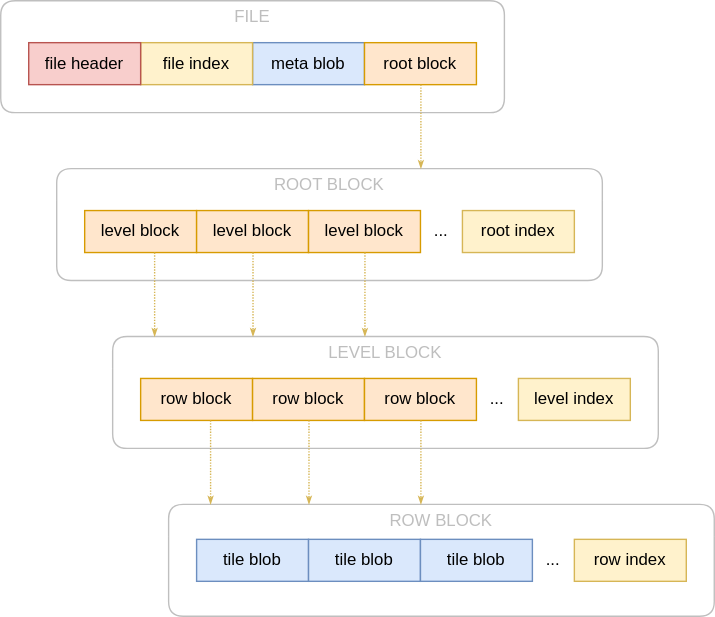
The draw.io diagram docs/file_format.svg in versatiles-org/versatiles-rs, before a commit. Source tidied: cells renumbered, new cells last; positions are measured from the earlier drawing's top-left corner, leaving out a move shared by most shapes. Its diagram source:
```xml
<mxGraphModel background="#FFFFFF">
  <root>
    <mxCell id="0" />
    <mxCell id="1" parent="0" />
    <mxCell id="2" value="FILE" style="swimlane;whiteSpace=wrap;html=1;fillColor=none;fontColor=#000000;strokeColor=#000000;swimlaneFillColor=none;swimlaneLine=0;fontStyle=0;rounded=1;opacity=25;textOpacity=25;" parent="1" vertex="1">
      <mxGeometry width="360" height="80" as="geometry" />
    </mxCell>
    <mxCell id="3" value="meta blob" style="rounded=0;whiteSpace=wrap;html=1;fillColor=#dae8fc;strokeColor=#6c8ebf;" parent="2" vertex="1">
      <mxGeometry x="180" y="30" width="80" height="30" as="geometry" />
    </mxCell>
    <mxCell id="4" value="root block" style="rounded=0;whiteSpace=wrap;html=1;fillColor=#ffe6cc;strokeColor=#d79b00;" parent="2" vertex="1">
      <mxGeometry x="260" y="30" width="80" height="30" as="geometry" />
    </mxCell>
    <mxCell id="5" value="file index" style="rounded=0;whiteSpace=wrap;html=1;fillColor=#fff2cc;strokeColor=#d6b656;" parent="2" vertex="1">
      <mxGeometry x="100" y="30" width="80" height="30" as="geometry" />
    </mxCell>
    <mxCell id="6" value="file header" style="rounded=0;whiteSpace=wrap;html=1;fillColor=#f8cecc;strokeColor=#b85450;fillOpacity=100;fontColor=default;" parent="2" vertex="1">
      <mxGeometry x="20" y="30" width="80" height="30" as="geometry" />
    </mxCell>
    <mxCell id="7" value="ROOT BLOCK" style="swimlane;whiteSpace=wrap;html=1;fillColor=none;fontColor=#000000;strokeColor=#000000;swimlaneFillColor=none;swimlaneHead=1;swimlaneBody=1;fontStyle=0;swimlaneLine=0;sketch=0;rounded=1;opacity=25;textOpacity=25;" parent="1" vertex="1">
      <mxGeometry x="40" y="120" width="390" height="80" as="geometry" />
    </mxCell>
    <mxCell id="8" value="root index" style="rounded=0;whiteSpace=wrap;html=1;fillColor=#fff2cc;strokeColor=#d6b656;" parent="7" vertex="1">
      <mxGeometry x="290" y="30" width="80" height="30" as="geometry" />
    </mxCell>
    <mxCell id="9" value="level block" style="rounded=0;whiteSpace=wrap;html=1;fillColor=#ffe6cc;strokeColor=#d79b00;" parent="7" vertex="1">
      <mxGeometry x="20" y="30" width="80" height="30" as="geometry" />
    </mxCell>
    <mxCell id="10" value="..." style="text;html=1;strokeColor=none;fillColor=none;align=center;verticalAlign=middle;whiteSpace=wrap;rounded=0;" parent="7" vertex="1">
      <mxGeometry x="260" y="30" width="30" height="30" as="geometry" />
    </mxCell>
    <mxCell id="11" value="level block" style="rounded=0;whiteSpace=wrap;html=1;fillColor=#ffe6cc;strokeColor=#d79b00;" parent="7" vertex="1">
      <mxGeometry x="100" y="30" width="80" height="30" as="geometry" />
    </mxCell>
    <mxCell id="12" value="level block" style="rounded=0;whiteSpace=wrap;html=1;fillColor=#ffe6cc;strokeColor=#d79b00;" parent="7" vertex="1">
      <mxGeometry x="180" y="30" width="80" height="30" as="geometry" />
    </mxCell>
    <mxCell id="13" value="LEVEL BLOCK" style="swimlane;whiteSpace=wrap;html=1;fillColor=none;fontColor=#000000;strokeColor=#000000;swimlaneFillColor=none;fontStyle=0;swimlaneLine=0;rounded=1;opacity=25;textOpacity=25;" parent="1" vertex="1">
      <mxGeometry x="80" y="240" width="390" height="80" as="geometry" />
    </mxCell>
    <mxCell id="14" value="level index" style="rounded=0;whiteSpace=wrap;html=1;fillColor=#fff2cc;strokeColor=#d6b656;" parent="13" vertex="1">
      <mxGeometry x="290" y="30" width="80" height="30" as="geometry" />
    </mxCell>
    <mxCell id="15" value="row block" style="rounded=0;whiteSpace=wrap;html=1;fillColor=#ffe6cc;strokeColor=#d79b00;" parent="13" vertex="1">
      <mxGeometry x="20" y="30" width="80" height="30" as="geometry" />
    </mxCell>
    <mxCell id="16" value="..." style="text;html=1;strokeColor=none;fillColor=none;align=center;verticalAlign=middle;whiteSpace=wrap;rounded=0;" parent="13" vertex="1">
      <mxGeometry x="260" y="30" width="30" height="30" as="geometry" />
    </mxCell>
    <mxCell id="17" value="row block" style="rounded=0;whiteSpace=wrap;html=1;fillColor=#ffe6cc;strokeColor=#d79b00;" parent="13" vertex="1">
      <mxGeometry x="100" y="30" width="80" height="30" as="geometry" />
    </mxCell>
    <mxCell id="18" value="row block" style="rounded=0;whiteSpace=wrap;html=1;fillColor=#ffe6cc;strokeColor=#d79b00;" parent="13" vertex="1">
      <mxGeometry x="180" y="30" width="80" height="30" as="geometry" />
    </mxCell>
    <mxCell id="19" value="ROW BLOCK" style="swimlane;whiteSpace=wrap;html=1;fillColor=none;fontColor=#000000;strokeColor=#000000;swimlaneFillColor=none;fontStyle=0;swimlaneLine=0;rounded=1;opacity=25;textOpacity=25;" parent="1" vertex="1">
      <mxGeometry x="120" y="360" width="390" height="80" as="geometry" />
    </mxCell>
    <mxCell id="20" value="row index" style="rounded=0;whiteSpace=wrap;html=1;fillColor=#fff2cc;strokeColor=#d6b656;" parent="19" vertex="1">
      <mxGeometry x="290" y="25" width="80" height="30" as="geometry" />
    </mxCell>
    <mxCell id="21" value="tile blob" style="rounded=0;whiteSpace=wrap;html=1;fillColor=#dae8fc;strokeColor=#6c8ebf;" parent="19" vertex="1">
      <mxGeometry x="20" y="25" width="80" height="30" as="geometry" />
    </mxCell>
    <mxCell id="22" value="..." style="text;html=1;strokeColor=none;fillColor=none;align=center;verticalAlign=middle;whiteSpace=wrap;rounded=0;" parent="19" vertex="1">
      <mxGeometry x="260" y="25" width="30" height="30" as="geometry" />
    </mxCell>
    <mxCell id="23" value="tile blob" style="rounded=0;whiteSpace=wrap;html=1;fillColor=#dae8fc;strokeColor=#6c8ebf;" parent="19" vertex="1">
      <mxGeometry x="100" y="25" width="80" height="30" as="geometry" />
    </mxCell>
    <mxCell id="24" value="tile blob" style="rounded=0;whiteSpace=wrap;html=1;fillColor=#dae8fc;strokeColor=#6c8ebf;" parent="19" vertex="1">
      <mxGeometry x="180" y="25" width="80" height="30" as="geometry" />
    </mxCell>
    <mxCell id="25" style="jettySize=auto;html=1;rounded=0;strokeColor=#d6b656;fillColor=#fff2cc;endArrow=classicThin;endFill=1;strokeWidth=1;endSize=3;startSize=3;sketch=0;edgeStyle=elbowEdgeStyle;dashed=1;dashPattern=1 1;" parent="1" edge="1" source="15" target="19">
      <mxGeometry relative="1" as="geometry" />
    </mxCell>
    <mxCell id="26" style="jettySize=auto;html=1;rounded=0;strokeColor=#d6b656;fillColor=#fff2cc;endArrow=classicThin;endFill=1;strokeWidth=1;endSize=3;startSize=3;sketch=0;edgeStyle=elbowEdgeStyle;dashed=1;dashPattern=1 1;" parent="1" edge="1" source="17" target="19">
      <mxGeometry relative="1" as="geometry" />
    </mxCell>
    <mxCell id="27" style="jettySize=auto;html=1;rounded=0;strokeColor=#d6b656;fillColor=#fff2cc;endArrow=classicThin;endFill=1;strokeWidth=1;endSize=3;startSize=3;sketch=0;edgeStyle=elbowEdgeStyle;dashed=1;dashPattern=1 1;" parent="1" edge="1" source="18" target="19">
      <mxGeometry relative="1" as="geometry" />
    </mxCell>
    <mxCell id="28" style="jettySize=auto;html=1;rounded=0;strokeColor=#d6b656;fillColor=#fff2cc;endArrow=classicThin;endFill=1;strokeWidth=1;endSize=3;startSize=3;sketch=0;edgeStyle=elbowEdgeStyle;dashed=1;dashPattern=1 1;" parent="1" edge="1" source="12" target="13">
      <mxGeometry relative="1" as="geometry" />
    </mxCell>
    <mxCell id="29" style="jettySize=auto;html=1;rounded=0;strokeColor=#d6b656;fillColor=#fff2cc;endArrow=classicThin;endFill=1;strokeWidth=1;sketch=0;edgeStyle=elbowEdgeStyle;endSize=3;startSize=3;dashed=1;dashPattern=1 1;" parent="1" edge="1" source="4" target="7">
      <mxGeometry relative="1" as="geometry" />
    </mxCell>
    <mxCell id="30" style="jettySize=auto;html=1;rounded=0;strokeColor=#d6b656;fillColor=#fff2cc;endArrow=classicThin;endFill=1;strokeWidth=1;endSize=3;startSize=3;sketch=0;edgeStyle=elbowEdgeStyle;dashed=1;dashPattern=1 1;" parent="1" edge="1" source="11" target="13">
      <mxGeometry relative="1" as="geometry" />
    </mxCell>
    <mxCell id="31" style="jettySize=auto;html=1;rounded=0;strokeColor=#d6b656;fillColor=#fff2cc;endArrow=classicThin;endFill=1;strokeWidth=1;endSize=3;startSize=3;sketch=0;edgeStyle=elbowEdgeStyle;dashed=1;dashPattern=1 1;" parent="1" edge="1" source="9" target="13">
      <mxGeometry relative="1" as="geometry" />
    </mxCell>
  </root>
</mxGraphModel>
```
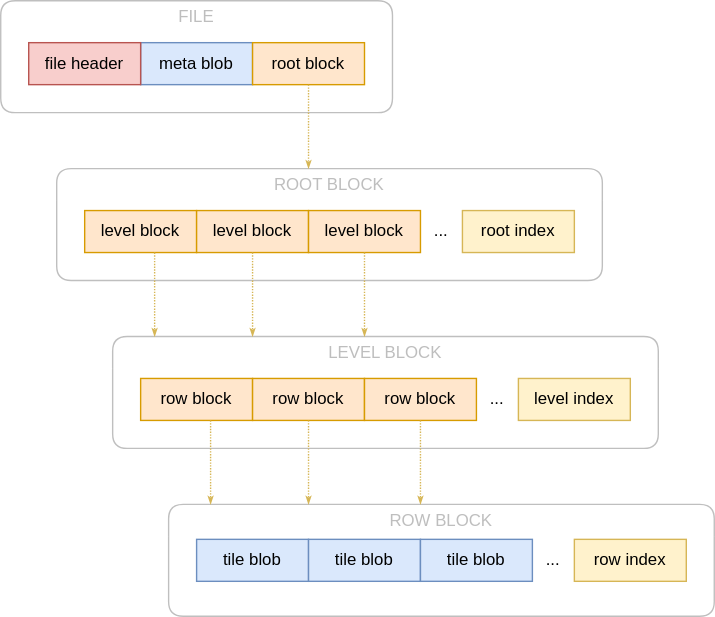
Later version of the same file.

Change to the diagram source:
```diff
@@ -3,17 +3,14 @@
     <mxCell id="0" />
     <mxCell id="1" parent="0" />
     <mxCell id="2" value="FILE" style="swimlane;whiteSpace=wrap;html=1;fillColor=none;fontColor=#000000;strokeColor=#000000;swimlaneFillColor=none;swimlaneLine=0;fontStyle=0;rounded=1;opacity=25;textOpacity=25;" parent="1" vertex="1">
-      <mxGeometry width="360" height="80" as="geometry" />
+      <mxGeometry width="280" height="80" as="geometry" />
     </mxCell>
     <mxCell id="3" value="meta blob" style="rounded=0;whiteSpace=wrap;html=1;fillColor=#dae8fc;strokeColor=#6c8ebf;" parent="2" vertex="1">
-      <mxGeometry x="180" y="30" width="80" height="30" as="geometry" />
+      <mxGeometry x="100" y="30" width="80" height="30" as="geometry" />
     </mxCell>
     <mxCell id="4" value="root block" style="rounded=0;whiteSpace=wrap;html=1;fillColor=#ffe6cc;strokeColor=#d79b00;" parent="2" vertex="1">
-      <mxGeometry x="260" y="30" width="80" height="30" as="geometry" />
+      <mxGeometry x="180" y="30" width="80" height="30" as="geometry" />
     </mxCell>
-    <mxCell id="5" value="file index" style="rounded=0;whiteSpace=wrap;html=1;fillColor=#fff2cc;strokeColor=#d6b656;" parent="2" vertex="1">
-      <mxGeometry x="100" y="30" width="80" height="30" as="geometry" />
-    </mxCell>
     <mxCell id="6" value="file header" style="rounded=0;whiteSpace=wrap;html=1;fillColor=#f8cecc;strokeColor=#b85450;fillOpacity=100;fontColor=default;" parent="2" vertex="1">
       <mxGeometry x="20" y="30" width="80" height="30" as="geometry" />
     </mxCell>
```
